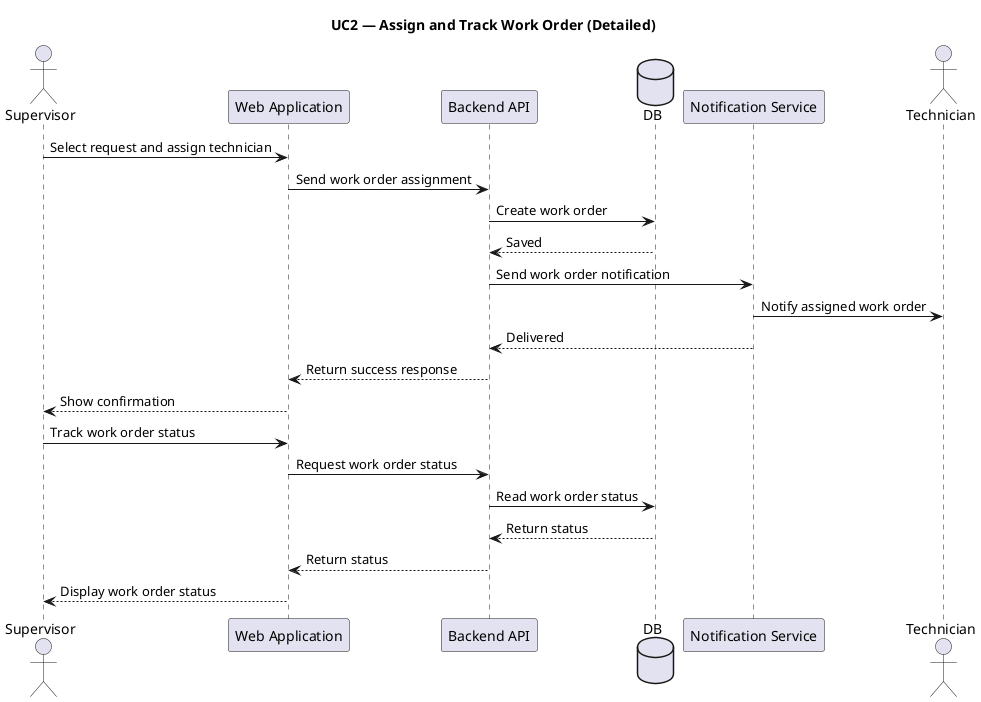
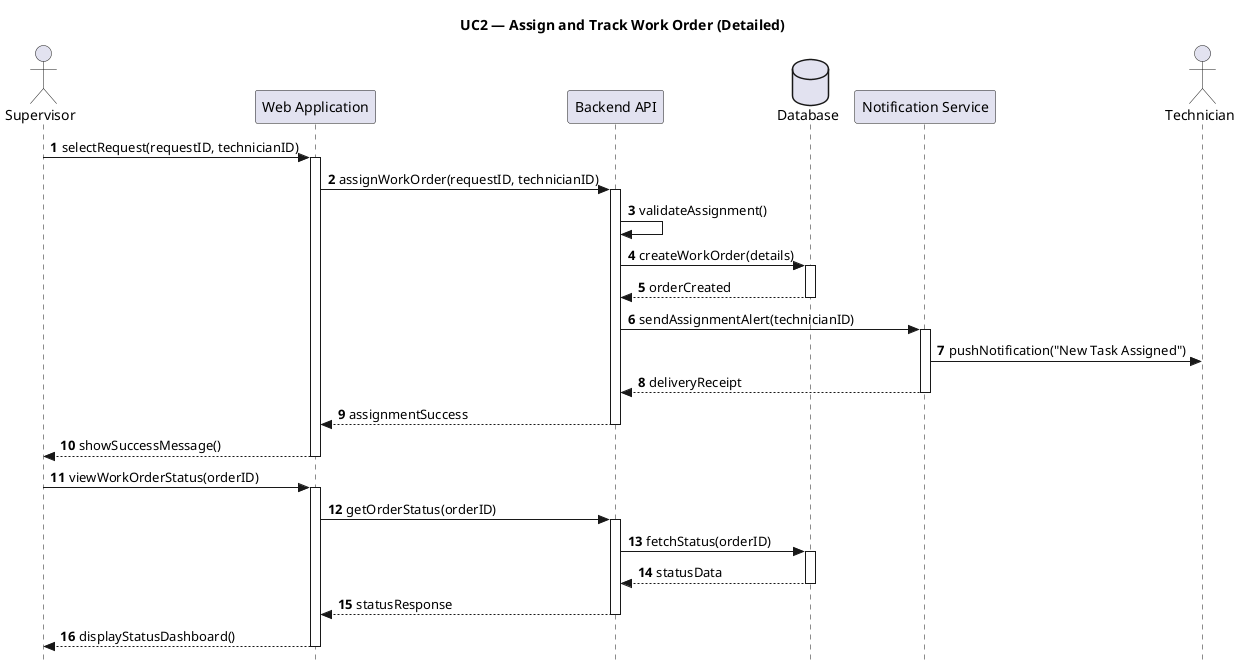
- @startuml
+ @startuml UC2_Detailed_Refined
title UC2 — Assign and Track Work Order (Detailed)
+ 
+ skinparam Style strictuml
+ autonumber

actor Supervisor
participant "Web Application" as Web
participant "Backend API" as API
- database "DB" as DB
+ database "Database" as DB
participant "Notification Service" as Notif
actor Technician

- Supervisor -> Web : Select request and assign technician
- Web -> API : Send work order assignment
- API -> DB : Create work order
- DB --> API : Saved

- API -> Notif : Send work order notification
- Notif -> Technician : Notify assigned work order
- Notif --> API : Delivered

- API --> Web : Return success response
- Web --> Supervisor : Show confirmation
+ Supervisor -> Web : selectRequest(requestID, technicianID)
+ activate Web
+ Web -> API : assignWorkOrder(requestID, technicianID)
+ activate API

- Supervisor -> Web : Track work order status
- Web -> API : Request work order status
- API -> DB : Read work order status
- DB --> API : Return status
- API --> Web : Return status
- Web --> Supervisor : Display work order status
+ API -> API : validateAssignment()
+ API -> DB : createWorkOrder(details)
+ activate DB
+ DB --> API : orderCreated
+ deactivate DB

- @enduml
+ API -> Notif : sendAssignmentAlert(technicianID)
+ activate Notif
+ Notif -> Technician : pushNotification("New Task Assigned")
+ Notif --> API : deliveryReceipt
+ deactivate Notif
+ 
+ API --> Web : assignmentSuccess
+ deactivate API
+ Web --> Supervisor : showSuccessMessage()
+ deactivate Web
+ 
+ 
+ 
+ Supervisor -> Web : viewWorkOrderStatus(orderID)
+ activate Web
+ Web -> API : getOrderStatus(orderID)
+ activate API
+ API -> DB : fetchStatus(orderID)
+ activate DB
+ DB --> API : statusData
+ deactivate DB
+ API --> Web : statusResponse
+ deactivate API
+ Web --> Supervisor : displayStatusDashboard()
+ deactivate Web
+ 
+ @enduml